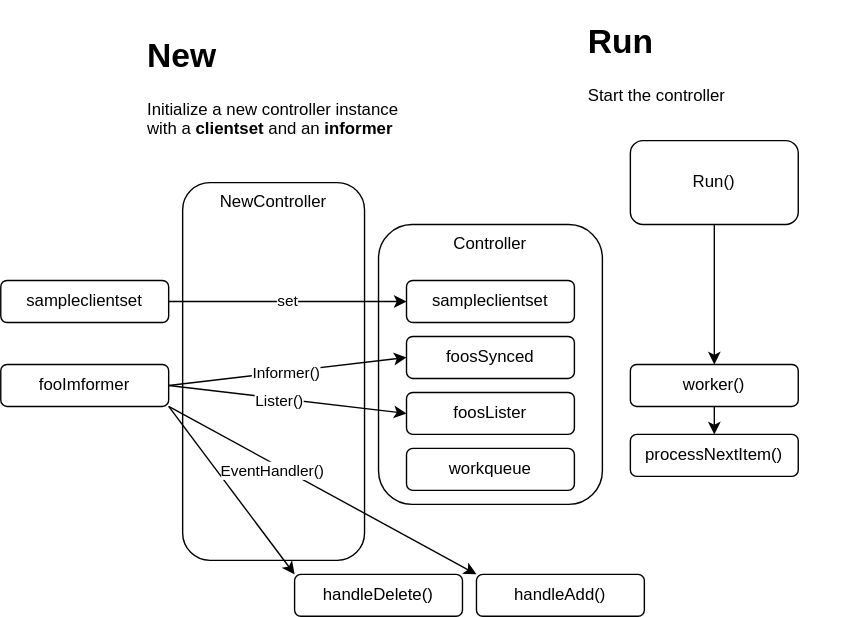
This is docs/content/docs/05-implement-reconciliation-loop/controller.drawio.svg from nakamasato/sample-controller, a draw.io export, as it was before one commit. Source tidied: cells renumbered, new cells last; positions are measured from the earlier drawing's top-left corner, leaving out a move shared by most shapes.
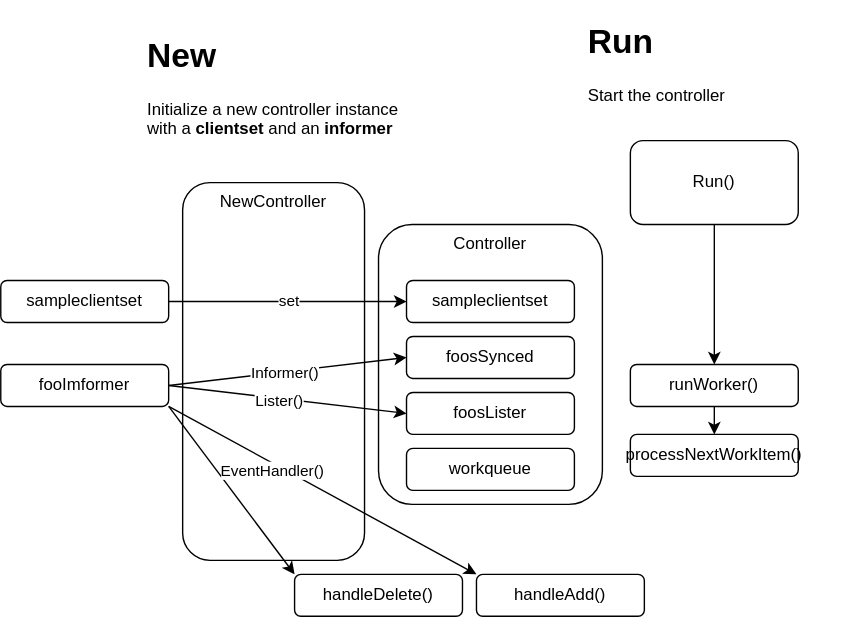
Later version of the same file.

What changed in the source:
```diff
@@ -14,10 +14,10 @@
     <mxCell id="5" style="edgeStyle=none;html=1;" parent="1" edge="1" source="6" target="7">
       <mxGeometry relative="1" as="geometry" />
     </mxCell>
-    <mxCell id="6" value="worker()" style="rounded=1;whiteSpace=wrap;html=1;" parent="1" vertex="1">
+    <mxCell id="6" value="runWorker()" style="rounded=1;whiteSpace=wrap;html=1;" parent="1" vertex="1">
       <mxGeometry x="450" y="250" width="120" height="30" as="geometry" />
     </mxCell>
-    <mxCell id="7" value="processNextItem()" style="rounded=1;whiteSpace=wrap;html=1;" parent="1" vertex="1">
+    <mxCell id="7" value="processNextWorkItem()" style="rounded=1;whiteSpace=wrap;html=1;" parent="1" vertex="1">
       <mxGeometry x="450" y="300" width="120" height="30" as="geometry" />
     </mxCell>
     <mxCell id="8" value="Controller" style="rounded=1;whiteSpace=wrap;html=1;verticalAlign=top;" parent="1" vertex="1">
```
